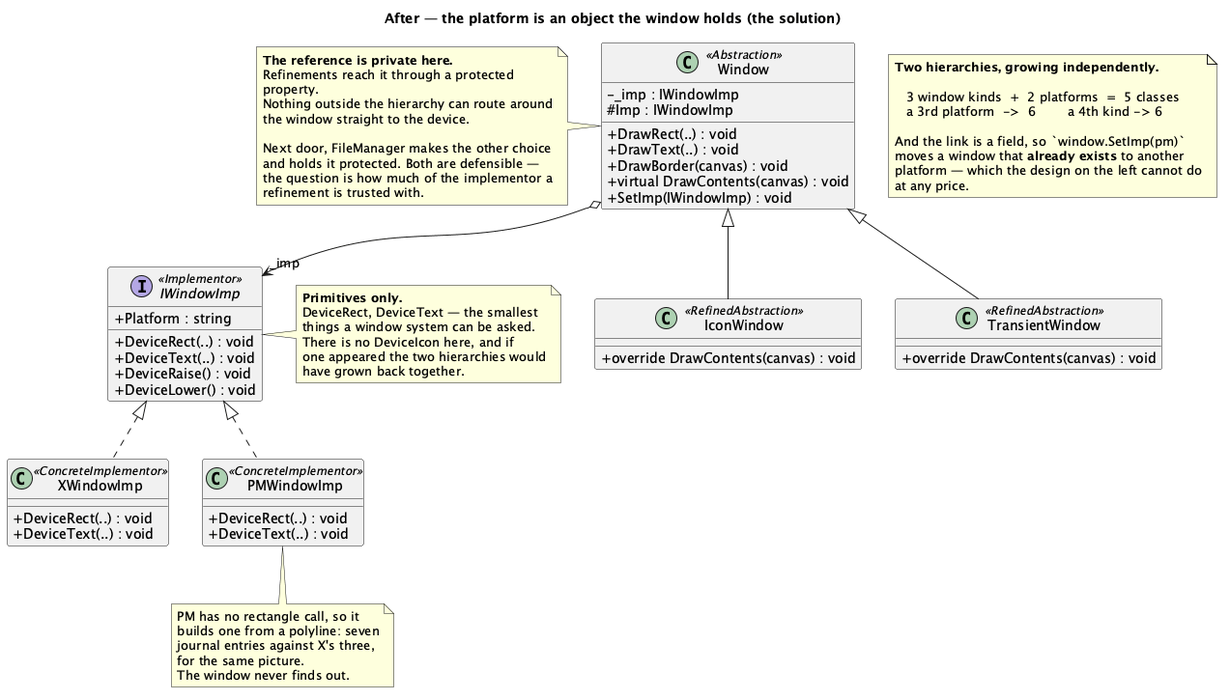
Earlier version of the PlantUML export Bridge/src/Bridge/Gof/Solution/uml/Bridge - Window (Solution) - Class Diagram.png (kaldiroglu/DesignPatternsWithCSharp). Its diagram source:
```plantuml
@startuml "Bridge - Window (Solution) - Class Diagram"
skinparam classAttributeIconSize 0
title After — the platform is an object the window holds (the solution)


class Window <<Abstraction>> {
  - _imp : IWindowImp
  # Imp : IWindowImp
  + DrawRect(..) : void
  + DrawText(..) : void
  + DrawBorder(canvas) : void
  + virtual DrawContents(canvas) : void
  + SetImp(IWindowImp) : void
}

class IconWindow <<RefinedAbstraction>> {
  + override DrawContents(canvas) : void
}
class TransientWindow <<RefinedAbstraction>> {
  + override DrawContents(canvas) : void
}

interface IWindowImp <<Implementor>> {
  + Platform : string
  + DeviceRect(..) : void
  + DeviceText(..) : void
  + DeviceRaise() : void
  + DeviceLower() : void
}

class XWindowImp <<ConcreteImplementor>> {
  + DeviceRect(..) : void
  + DeviceText(..) : void
}
class PMWindowImp <<ConcreteImplementor>> {
  + DeviceRect(..) : void
  + DeviceText(..) : void
}

Window o--> "_imp" IWindowImp
Window <|-- IconWindow
Window <|-- TransientWindow
IWindowImp <|.. XWindowImp
IWindowImp <|.. PMWindowImp

note right of IWindowImp
  <b>Primitives only.</b>
  DeviceRect, DeviceText — the smallest
  things a window system can be asked.
  There is no DeviceIcon here, and if
  one appeared the two hierarchies would
  have grown back together.
end note

note bottom of PMWindowImp
  PM has no rectangle call, so it
  builds one from a polyline: seven
  journal entries against X's three,
  for the same picture.
  The window never finds out.
end note

note left of Window
  <b>The reference is private here.</b>
  Refinements reach it through a protected
  property.
  Nothing outside the hierarchy can route around
  the window straight to the device.

  Next door, FileManager makes the other choice
  and holds it protected. Both are defensible —
  the question is how much of the implementor a
  refinement is trusted with.
end note

note as N1
  <b>Two hierarchies, growing independently.</b>

     3 window kinds  +  2 platforms  =  5 classes
     a 3rd platform  ->  6        a 4th kind -> 6

  And the link is a field, so `window.SetImp(pm)`
  moves a window that <b>already exists</b> to another
  platform — which the design on the left cannot do
  at any price.
end note

@enduml
```
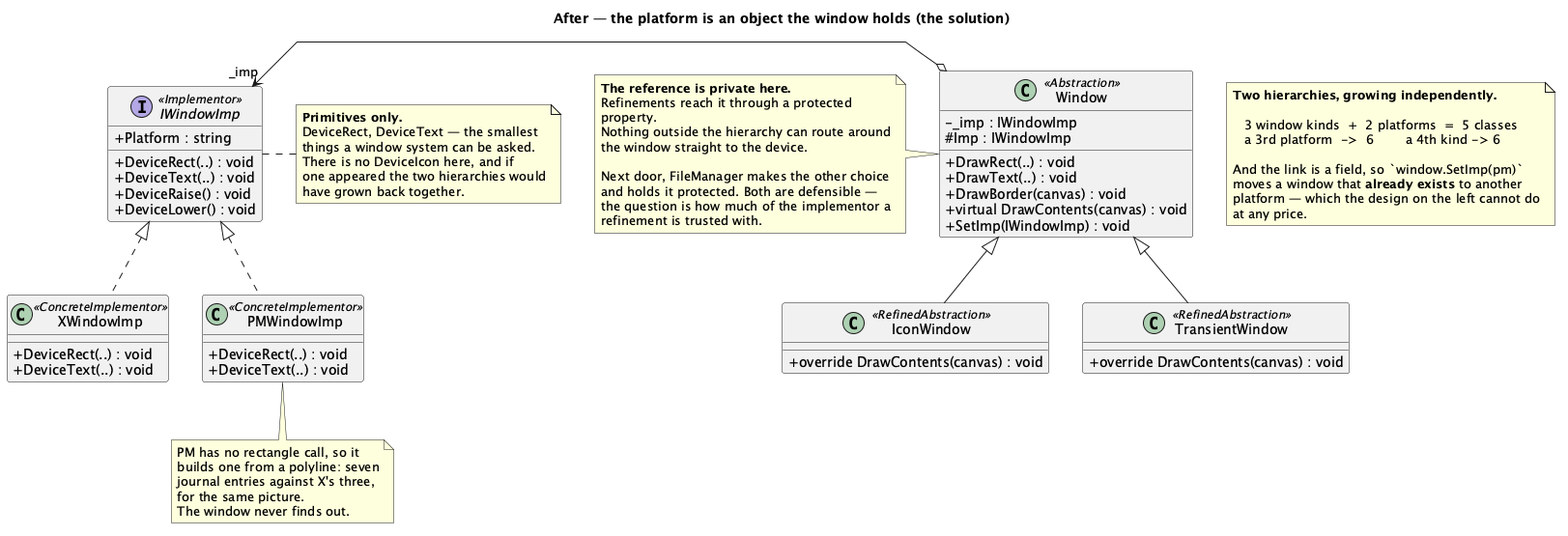
The same diagram one commit later.

Change to the diagram source:
```diff
@@ -1,4 +1,5 @@
-@startuml "Bridge - Window (Solution) - Class Diagram"
+@startuml
+skinparam linetype polyline
 skinparam classAttributeIconSize 0
 title After — the platform is an object the window holds (the solution)
 
@@ -37,7 +38,6 @@
   + DeviceText(..) : void
 }
 
-Window o--> "_imp" IWindowImp
 Window <|-- IconWindow
 Window <|-- TransientWindow
 IWindowImp <|.. XWindowImp
@@ -85,4 +85,5 @@
   at any price.
 end note
 
+Window o-[norank]-> "_imp" IWindowImp
 @enduml
```
